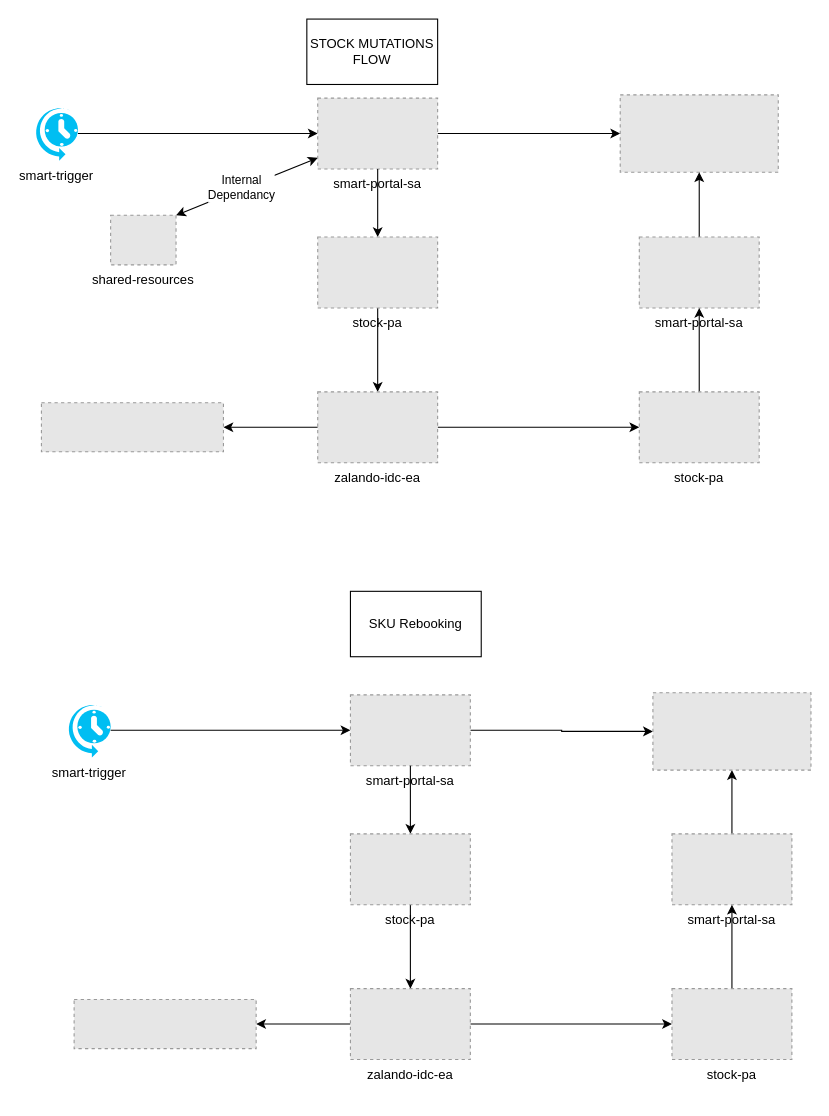
sumanchatterjee3/draw-io keeps this draw.io diagram as Zalando.drawio.xml. Above is the earlier version. Source tidied: cells renumbered, new cells numbered last; positions are measured from the earlier drawing's top-left corner, leaving out a move shared by most shapes. Both pictures are drawn from the tidied source at 109%, with x=0, y=0 at pixel (34, 19). Pictures stored in the file or linked from it are replaced by grey dashed boxes.
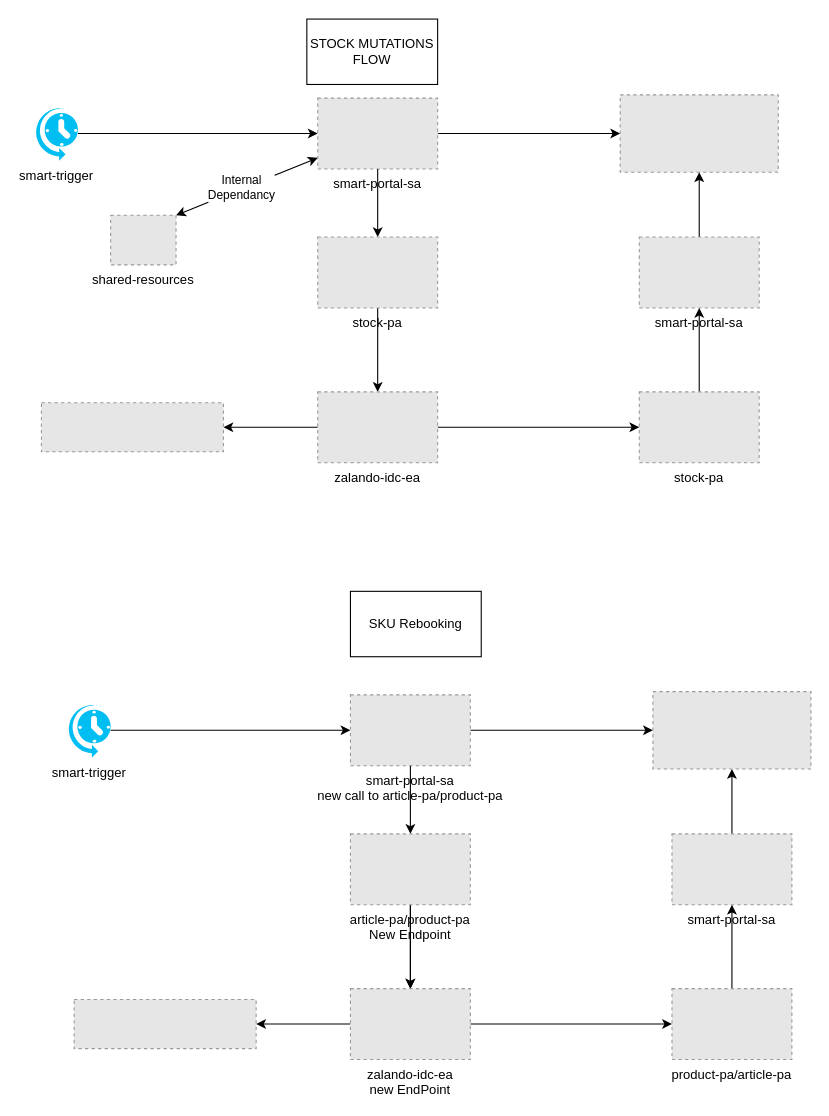
The same diagram, later.

Change to the diagram source:
```diff
@@
-    <mxCell id="27" value="smart-portal-sa" style="fillColor=#E6E6E6;strokeColor=#999999;dashed=1;verticalLabelPosition=bottom;verticalAlign=top;" parent="1" vertex="1">
+    <mxCell id="27" value="smart-portal-sa&#10;new call to article-pa/product-pa" style="fillColor=#E6E6E6;strokeColor=#999999;dashed=1;verticalLabelPosition=bottom;verticalAlign=top;" parent="1" vertex="1">
       <mxGeometry x="290" y="620" width="110" height="65" as="geometry" />
     </mxCell>
@@
+    <mxCell id="41" style="edgeStyle=orthogonalEdgeStyle;rounded=0;jettySize=auto;html=1;" parent="1" edge="1" source="30" target="33">
+      <mxGeometry relative="1" as="geometry" />
+    </mxCell>
-    <mxCell id="30" value="stock-pa" style="fillColor=#E6E6E6;strokeColor=#999999;dashed=1;verticalLabelPosition=bottom;verticalAlign=top;" parent="1" vertex="1">
+    <mxCell id="30" value="article-pa/product-pa&#10;New Endpoint" style="fillColor=#E6E6E6;strokeColor=#999999;dashed=1;verticalLabelPosition=bottom;verticalAlign=top;" parent="1" vertex="1">
       <mxGeometry x="290" y="747.5" width="110" height="65" as="geometry" />
     </mxCell>
@@
-    <mxCell id="33" value="zalando-idc-ea" style="fillColor=#E6E6E6;strokeColor=#999999;dashed=1;verticalLabelPosition=bottom;verticalAlign=top;" parent="1" vertex="1">
+    <mxCell id="33" value="zalando-idc-ea&#10;new EndPoint" style="fillColor=#E6E6E6;strokeColor=#999999;dashed=1;verticalLabelPosition=bottom;verticalAlign=top;" parent="1" vertex="1">
       <mxGeometry x="290" y="889.5" width="110" height="65" as="geometry" />
     </mxCell>
@@
-    <mxCell id="38" value="stock-pa" style="fillColor=#E6E6E6;strokeColor=#999999;dashed=1;verticalLabelPosition=bottom;verticalAlign=top;" parent="1" vertex="1">
+    <mxCell id="38" value="product-pa/article-pa" style="fillColor=#E6E6E6;strokeColor=#999999;dashed=1;verticalLabelPosition=bottom;verticalAlign=top;" parent="1" vertex="1">
       <mxGeometry x="585" y="889.5" width="110" height="65" as="geometry" />
     </mxCell>
     <mxCell id="39" style="fillColor=#E6E6E6;strokeColor=#999999;dashed=1;verticalLabelPosition=bottom;labelBackgroundColor=default;verticalAlign=top;" parent="1" vertex="1">
-      <mxGeometry x="567.5" y="618" width="145" height="71" as="geometry" />
+      <mxGeometry x="567.5" y="617" width="145" height="71" as="geometry" />
     </mxCell>
```
